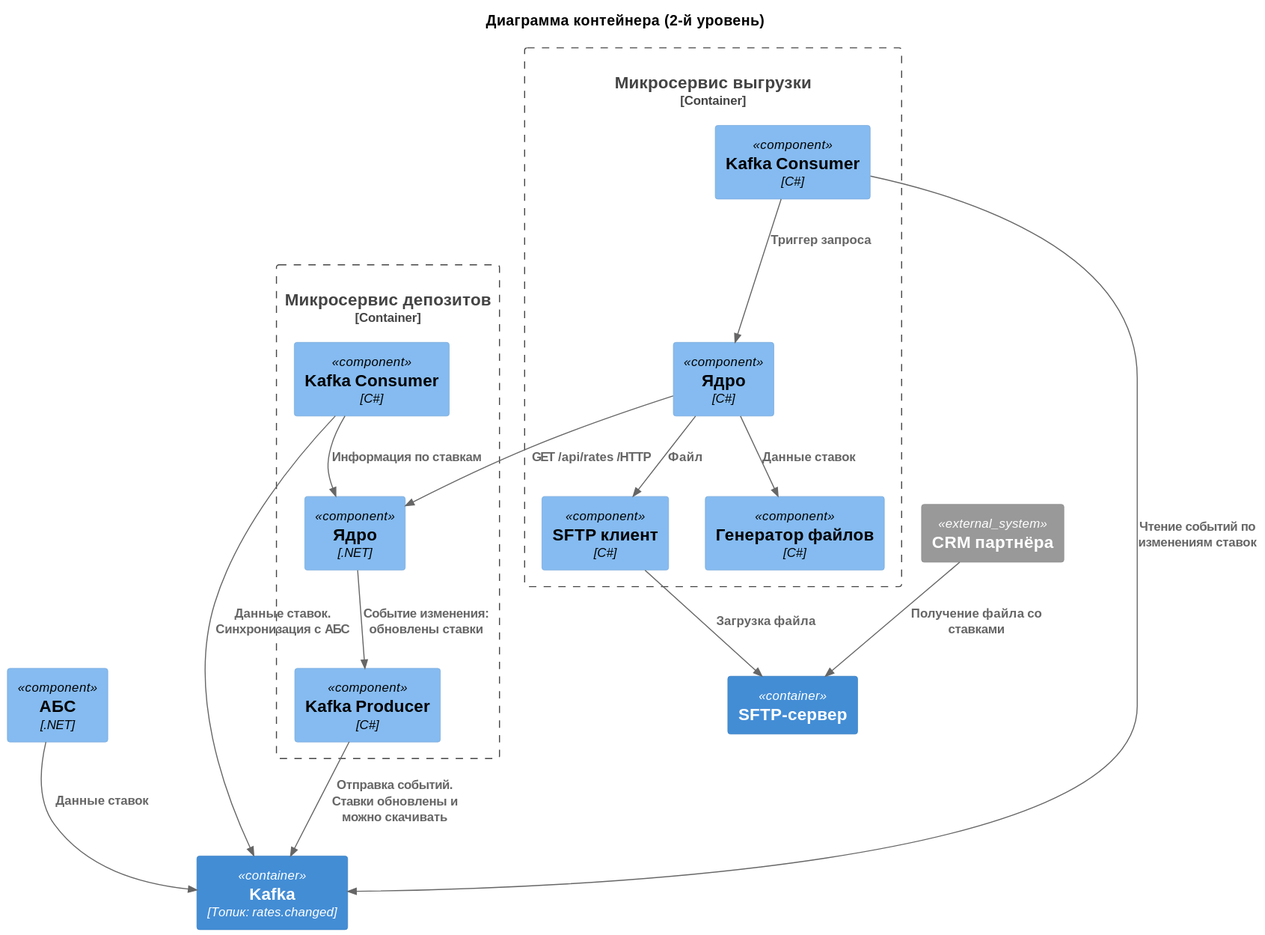
Above: out/task4/container/container.svg in bofeof/architecture-standart (PlantUML), before the change.
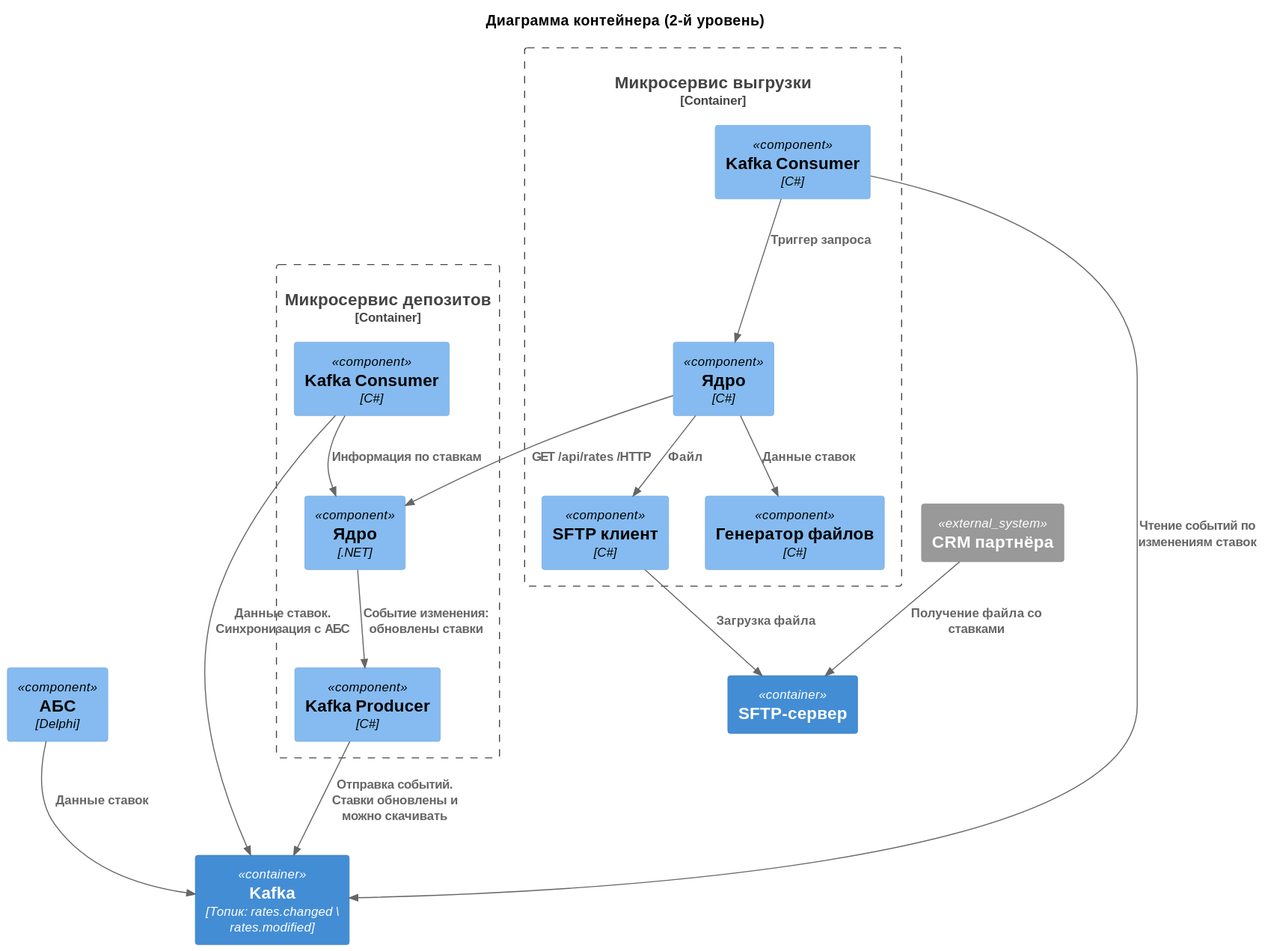
Later version of the same file.

Commit message:
fix: async c4 container schema

Change to the diagram source:
```diff
@@ -3,7 +3,7 @@
 
 title Диаграмма контейнера (2-й уровень)
 
-Component(abs, "АБС", ".NET")
+Component(abs, "АБС", "Delphi")
 System_Ext(partnerCrm, "CRM партнёра")
 
 Container_Boundary(deposit, "Микросервис депозитов") {
@@ -29,7 +29,7 @@
 }
 
 
-Container(kafka, "Kafka", "Топик: rates.changed")
+Container(kafka, "Kafka", "Топик: rates.changed \ rates.modified")
 Container(sftp, "SFTP-сервер")
 
 Rel(kafkaConsumerDeposit, kafka,  "Данные ставок. Cинхронизация с АБС")
```
